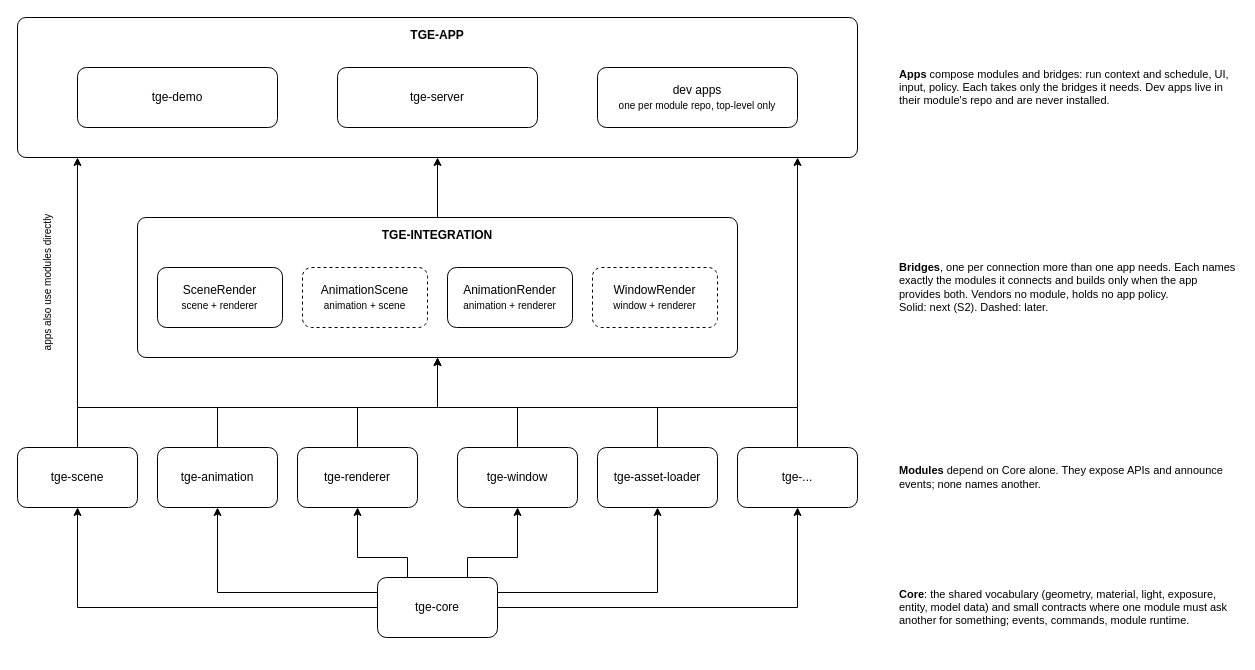
This is docs/tge-architecture.drawio from molycode/tge-core, a draw.io file, before an edit. Source tidied: cells renumbered, new cells numbered last; positions are measured from the earlier drawing's top-left corner, leaving out a move shared by most shapes. Both pictures are drawn from the tidied source at 100%, with x=0, y=0 at pixel (-33, 17).
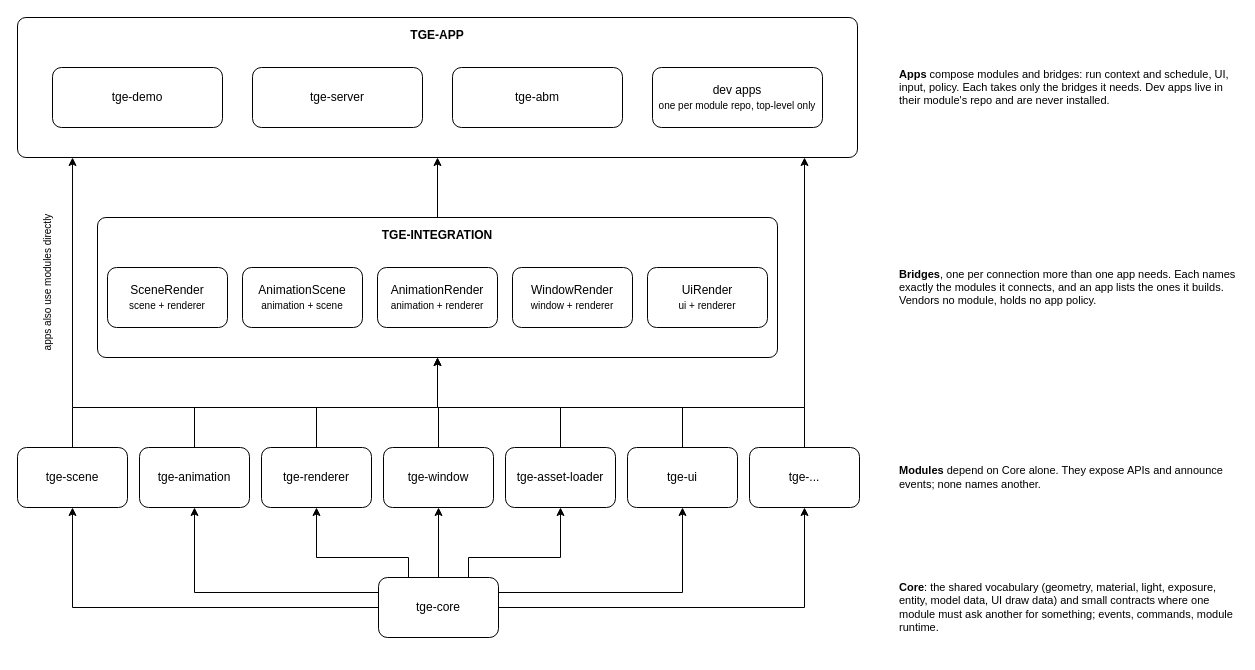
The same page after the edit.

Commit message:
docs: the architecture diagram gains tge-ui, UiRender and tge-abm

The UI module joins the modules, its bridge to the renderer joins the
bridges, and ABM joins the apps. AnimationScene and WindowRender exist now,
so no bridge is drawn as later any more, and Core's vocabulary names the UI
draw data.

Unchanged cells that the change refers to:
```xml
<mxCell id="2" value="TGE-APP" style="rounded=1;whiteSpace=wrap;html=1;verticalAlign=top;spacingTop=4;fillColor=none;arcSize=6;fontStyle=1;" parent="1" vertex="1">
  <mxGeometry x="50" width="840" height="140" as="geometry" />
</mxCell>
```

The edit, as a diff of the source:
```diff
@@
     <mxCell id="3" value="tge-demo" style="rounded=1;whiteSpace=wrap;html=1;" parent="1" vertex="1">
-      <mxGeometry x="110" y="50" width="200" height="60" as="geometry" />
+      <mxGeometry x="85" y="50" width="170" height="60" as="geometry" />
     </mxCell>
     <mxCell id="4" value="tge-server" style="rounded=1;whiteSpace=wrap;html=1;" parent="1" vertex="1">
-      <mxGeometry x="370" y="50" width="200" height="60" as="geometry" />
+      <mxGeometry x="285" y="50" width="170" height="60" as="geometry" />
     </mxCell>
+    <mxCell id="38" value="tge-abm" style="rounded=1;whiteSpace=wrap;html=1;" parent="1" vertex="1">
+      <mxGeometry x="485" y="50" width="170" height="60" as="geometry" />
+    </mxCell>
     <mxCell id="5" value="dev apps&lt;br&gt;&lt;span style=&quot;font-size: 10px;&quot;&gt;one per module repo, top-level only&lt;/span&gt;" style="rounded=1;whiteSpace=wrap;html=1;" parent="1" vertex="1">
-      <mxGeometry x="630" y="50" width="200" height="60" as="geometry" />
+      <mxGeometry x="685" y="50" width="170" height="60" as="geometry" />
     </mxCell>
     <mxCell id="6" value="TGE-INTEGRATION" style="rounded=1;whiteSpace=wrap;html=1;verticalAlign=top;spacingTop=4;fillColor=none;arcSize=6;fontStyle=1;" parent="1" vertex="1">
-      <mxGeometry x="170" y="200" width="600" height="140" as="geometry" />
+      <mxGeometry x="130" y="200" width="680" height="140" as="geometry" />
     </mxCell>
     <mxCell id="7" value="SceneRender&lt;br&gt;&lt;span style=&quot;font-size: 10px;&quot;&gt;scene + renderer&lt;/span&gt;" style="rounded=1;whiteSpace=wrap;html=1;" parent="1" vertex="1">
-      <mxGeometry x="190" y="250" width="125" height="60" as="geometry" />
+      <mxGeometry x="140" y="250" width="120" height="60" as="geometry" />
     </mxCell>
-    <mxCell id="8" value="AnimationScene&lt;br&gt;&lt;span style=&quot;font-size: 10px;&quot;&gt;animation + scene&lt;/span&gt;" style="rounded=1;whiteSpace=wrap;html=1;dashed=1;" parent="1" vertex="1">
-      <mxGeometry x="335" y="250" width="125" height="60" as="geometry" />
+    <mxCell id="8" value="AnimationScene&lt;br&gt;&lt;span style=&quot;font-size: 10px;&quot;&gt;animation + scene&lt;/span&gt;" style="rounded=1;whiteSpace=wrap;html=1;" parent="1" vertex="1">
+      <mxGeometry x="275" y="250" width="120" height="60" as="geometry" />
     </mxCell>
     <mxCell id="9" value="AnimationRender&lt;br&gt;&lt;span style=&quot;font-size: 10px;&quot;&gt;animation + renderer&lt;/span&gt;" style="rounded=1;whiteSpace=wrap;html=1;" parent="1" vertex="1">
-      <mxGeometry x="480" y="250" width="125" height="60" as="geometry" />
+      <mxGeometry x="410" y="250" width="120" height="60" as="geometry" />
     </mxCell>
-    <mxCell id="10" value="WindowRender&lt;br&gt;&lt;span style=&quot;font-size: 10px;&quot;&gt;window + renderer&lt;/span&gt;" style="rounded=1;whiteSpace=wrap;html=1;dashed=1;" parent="1" vertex="1">
-      <mxGeometry x="625" y="250" width="125" height="60" as="geometry" />
+    <mxCell id="10" value="WindowRender&lt;br&gt;&lt;span style=&quot;font-size: 10px;&quot;&gt;window + renderer&lt;/span&gt;" style="rounded=1;whiteSpace=wrap;html=1;" parent="1" vertex="1">
+      <mxGeometry x="545" y="250" width="120" height="60" as="geometry" />
     </mxCell>
+    <mxCell id="39" value="UiRender&lt;br&gt;&lt;span style=&quot;font-size: 10px;&quot;&gt;ui + renderer&lt;/span&gt;" style="rounded=1;whiteSpace=wrap;html=1;" parent="1" vertex="1">
+      <mxGeometry x="680" y="250" width="120" height="60" as="geometry" />
+    </mxCell>
     <mxCell id="11" value="tge-scene" style="rounded=1;whiteSpace=wrap;html=1;roundedPerimeter=1;" parent="1" vertex="1">
-      <mxGeometry x="50" y="430" width="120" height="60" as="geometry" />
+      <mxGeometry x="50" y="430" width="110" height="60" as="geometry" />
     </mxCell>
     <mxCell id="12" value="tge-animation" style="rounded=1;whiteSpace=wrap;html=1;roundedPerimeter=1;" parent="1" vertex="1">
-      <mxGeometry x="190" y="430" width="120" height="60" as="geometry" />
+      <mxGeometry x="172" y="430" width="110" height="60" as="geometry" />
     </mxCell>
     <mxCell id="13" value="tge-renderer" style="rounded=1;whiteSpace=wrap;html=1;roundedPerimeter=1;" parent="1" vertex="1">
-      <mxGeometry x="330" y="430" width="120" height="60" as="geometry" />
+      <mxGeometry x="294" y="430" width="110" height="60" as="geometry" />
     </mxCell>
     <mxCell id="14" value="tge-window" style="rounded=1;whiteSpace=wrap;html=1;roundedPerimeter=1;" parent="1" vertex="1">
-      <mxGeometry x="490" y="430" width="120" height="60" as="geometry" />
+      <mxGeometry x="416" y="430" width="110" height="60" as="geometry" />
     </mxCell>
     <mxCell id="15" value="tge-asset-loader" style="rounded=1;whiteSpace=wrap;html=1;roundedPerimeter=1;" parent="1" vertex="1">
-      <mxGeometry x="630" y="430" width="120" height="60" as="geometry" />
+      <mxGeometry x="538" y="430" width="110" height="60" as="geometry" />
     </mxCell>
+    <mxCell id="40" value="tge-ui" style="rounded=1;whiteSpace=wrap;html=1;roundedPerimeter=1;" parent="1" vertex="1">
+      <mxGeometry x="660" y="430" width="110" height="60" as="geometry" />
+    </mxCell>
     <mxCell id="16" value="tge-..." style="rounded=1;whiteSpace=wrap;html=1;roundedPerimeter=1;" parent="1" vertex="1">
-      <mxGeometry x="770" y="430" width="120" height="60" as="geometry" />
+      <mxGeometry x="782" y="430" width="110" height="60" as="geometry" />
     </mxCell>
     <mxCell id="17" value="tge-core" style="rounded=1;whiteSpace=wrap;html=1;roundedPerimeter=1;" parent="1" vertex="1">
-      <mxGeometry x="410" y="560" width="120" height="60" as="geometry" />
+      <mxGeometry x="411" y="560" width="120" height="60" as="geometry" />
     </mxCell>
     <mxCell id="18" style="endArrow=classic;html=1;rounded=0;exitX=0;exitY=0.5;exitDx=0;exitDy=0;entryX=0.5;entryY=1;entryDx=0;entryDy=0;" parent="1" edge="1" source="17" target="11">
       <mxGeometry relative="1" as="geometry">
         <Array as="points">
-          <mxPoint x="110" y="590" />
+          <mxPoint x="105" y="590" />
         </Array>
       </mxGeometry>
     </mxCell>
     <mxCell id="19" style="endArrow=classic;html=1;rounded=0;exitX=0;exitY=0.25;exitDx=0;exitDy=0;entryX=0.5;entryY=1;entryDx=0;entryDy=0;" parent="1" edge="1" source="17" target="12">
       <mxGeometry relative="1" as="geometry">
         <Array as="points">
-          <mxPoint x="250" y="575" />
+          <mxPoint x="227" y="575" />
         </Array>
       </mxGeometry>
     </mxCell>
     <mxCell id="20" style="endArrow=classic;html=1;rounded=0;exitX=0.25;exitY=0;exitDx=0;exitDy=0;entryX=0.5;entryY=1;entryDx=0;entryDy=0;" parent="1" edge="1" source="17" target="13">
       <mxGeometry relative="1" as="geometry">
         <Array as="points">
-          <mxPoint x="440" y="540" />
-          <mxPoint x="390" y="540" />
+          <mxPoint x="441" y="540" />
+          <mxPoint x="349" y="540" />
         </Array>
       </mxGeometry>
     </mxCell>
-    <mxCell id="21" style="endArrow=classic;html=1;rounded=0;exitX=0.75;exitY=0;exitDx=0;exitDy=0;entryX=0.5;entryY=1;entryDx=0;entryDy=0;" parent="1" edge="1" source="17" target="14">
-      <mxGeometry relative="1" as="geometry">
-        <Array as="points">
-          <mxPoint x="500" y="540" />
-          <mxPoint x="550" y="540" />
-        </Array>
-      </mxGeometry>
+    <mxCell id="21" style="endArrow=classic;html=1;rounded=0;exitX=0.5;exitY=0;exitDx=0;exitDy=0;entryX=0.5;entryY=1;entryDx=0;entryDy=0;" parent="1" edge="1" source="17" target="14">
+      <mxGeometry relative="1" as="geometry" />
     </mxCell>
-    <mxCell id="22" style="endArrow=classic;html=1;rounded=0;exitX=1;exitY=0.25;exitDx=0;exitDy=0;entryX=0.5;entryY=1;entryDx=0;entryDy=0;" parent="1" edge="1" source="17" target="15">
+    <mxCell id="22" style="endArrow=classic;html=1;rounded=0;exitX=0.75;exitY=0;exitDx=0;exitDy=0;entryX=0.5;entryY=1;entryDx=0;entryDy=0;" parent="1" edge="1" source="17" target="15">
       <mxGeometry relative="1" as="geometry">
         <Array as="points">
-          <mxPoint x="690" y="575" />
+          <mxPoint x="501" y="540" />
+          <mxPoint x="593" y="540" />
         </Array>
       </mxGeometry>
     </mxCell>
     <mxCell id="23" style="endArrow=classic;html=1;rounded=0;exitX=1;exitY=0.5;exitDx=0;exitDy=0;entryX=0.5;entryY=1;entryDx=0;entryDy=0;" parent="1" edge="1" source="17" target="16">
       <mxGeometry relative="1" as="geometry">
         <Array as="points">
-          <mxPoint x="830" y="590" />
+          <mxPoint x="837" y="590" />
         </Array>
       </mxGeometry>
     </mxCell>
+    <mxCell id="41" style="endArrow=classic;html=1;rounded=0;exitX=1;exitY=0.25;exitDx=0;exitDy=0;entryX=0.5;entryY=1;entryDx=0;entryDy=0;" parent="1" edge="1" source="17" target="40">
+      <mxGeometry relative="1" as="geometry">
+        <Array as="points">
+          <mxPoint x="715" y="575" />
+        </Array>
+      </mxGeometry>
+    </mxCell>
     <mxCell id="24" style="endArrow=classic;html=1;rounded=0;exitX=0.5;exitY=0;exitDx=0;exitDy=0;entryX=0.5;entryY=1;entryDx=0;entryDy=0;" parent="1" edge="1" source="11" target="6">
       <mxGeometry relative="1" as="geometry">
         <Array as="points">
-          <mxPoint x="110" y="390" />
+          <mxPoint x="105" y="390" />
           <mxPoint x="470" y="390" />
         </Array>
       </mxGeometry>
     </mxCell>
     <mxCell id="25" style="endArrow=classic;html=1;rounded=0;exitX=0.5;exitY=0;exitDx=0;exitDy=0;entryX=0.5;entryY=1;entryDx=0;entryDy=0;" parent="1" edge="1" source="16" target="6">
       <mxGeometry relative="1" as="geometry">
         <Array as="points">
-          <mxPoint x="830" y="390" />
+          <mxPoint x="837" y="390" />
           <mxPoint x="470" y="390" />
         </Array>
       </mxGeometry>
     </mxCell>
     <mxCell id="26" style="endArrow=none;html=1;rounded=0;exitX=0.5;exitY=0;exitDx=0;exitDy=0;" parent="1" edge="1" source="12">
       <mxGeometry relative="1" as="geometry">
-        <mxPoint x="250" y="390" as="targetPoint" />
+        <mxPoint x="227" y="390" as="targetPoint" />
       </mxGeometry>
     </mxCell>
     <mxCell id="27" style="endArrow=none;html=1;rounded=0;exitX=0.5;exitY=0;exitDx=0;exitDy=0;" parent="1" edge="1" source="13">
       <mxGeometry relative="1" as="geometry">
-        <mxPoint x="390" y="390" as="targetPoint" />
+        <mxPoint x="349" y="390" as="targetPoint" />
       </mxGeometry>
     </mxCell>
     <mxCell id="28" style="endArrow=none;html=1;rounded=0;exitX=0.5;exitY=0;exitDx=0;exitDy=0;" parent="1" edge="1" source="14">
       <mxGeometry relative="1" as="geometry">
-        <mxPoint x="550" y="390" as="targetPoint" />
+        <mxPoint x="471" y="390" as="targetPoint" />
       </mxGeometry>
     </mxCell>
     <mxCell id="29" style="endArrow=none;html=1;rounded=0;exitX=0.5;exitY=0;exitDx=0;exitDy=0;" parent="1" edge="1" source="15">
       <mxGeometry relative="1" as="geometry">
-        <mxPoint x="690" y="390" as="targetPoint" />
+        <mxPoint x="593" y="390" as="targetPoint" />
       </mxGeometry>
     </mxCell>
+    <mxCell id="42" style="endArrow=none;html=1;rounded=0;exitX=0.5;exitY=0;exitDx=0;exitDy=0;" parent="1" edge="1" source="40">
+      <mxGeometry relative="1" as="geometry">
+        <mxPoint x="715" y="390" as="targetPoint" />
+      </mxGeometry>
+    </mxCell>
-    <mxCell id="30" style="endArrow=classic;html=1;rounded=0;entryX=0.0714;entryY=1;entryDx=0;entryDy=0;" parent="1" edge="1" target="2">
+    <mxCell id="30" style="endArrow=classic;html=1;rounded=0;entryX=0.0655;entryY=1;entryDx=0;entryDy=0;" parent="1" edge="1" target="2">
       <mxGeometry relative="1" as="geometry">
-        <mxPoint x="110" y="390" as="sourcePoint" />
+        <mxPoint x="105" y="390" as="sourcePoint" />
       </mxGeometry>
     </mxCell>
-    <mxCell id="31" style="endArrow=classic;html=1;rounded=0;entryX=0.9286;entryY=1;entryDx=0;entryDy=0;" parent="1" edge="1" target="2">
+    <mxCell id="31" style="endArrow=classic;html=1;rounded=0;entryX=0.9369;entryY=1;entryDx=0;entryDy=0;" parent="1" edge="1" target="2">
       <mxGeometry relative="1" as="geometry">
-        <mxPoint x="830" y="390" as="sourcePoint" />
+        <mxPoint x="837" y="390" as="sourcePoint" />
       </mxGeometry>
     </mxCell>
@@
-    <mxCell id="35" value="&lt;b&gt;Bridges&lt;/b&gt;, one per connection more than one app needs. Each names exactly the modules it connects and builds only when the app provides both. Vendors no module, holds no app policy.&lt;br&gt;Solid: next (S2). Dashed: later." style="text;html=1;align=left;verticalAlign=middle;whiteSpace=wrap;fontSize=11;" parent="1" vertex="1">
+    <mxCell id="35" value="&lt;b&gt;Bridges&lt;/b&gt;, one per connection more than one app needs. Each names exactly the modules it connects, and an app lists the ones it builds. Vendors no module, holds no app policy." style="text;html=1;align=left;verticalAlign=middle;whiteSpace=wrap;fontSize=11;" parent="1" vertex="1">
       <mxGeometry x="930" y="210" width="340" height="120" as="geometry" />
     </mxCell>
@@
-    <mxCell id="37" value="&lt;b&gt;Core&lt;/b&gt;: the shared vocabulary (geometry, material, light, exposure, entity, model data) and small contracts where one module must ask another for something; events, commands, module runtime." style="text;html=1;align=left;verticalAlign=middle;whiteSpace=wrap;fontSize=11;" parent="1" vertex="1">
+    <mxCell id="37" value="&lt;b&gt;Core&lt;/b&gt;: the shared vocabulary (geometry, material, light, exposure, entity, model data, UI draw data) and small contracts where one module must ask another for something; events, commands, module runtime." style="text;html=1;align=left;verticalAlign=middle;whiteSpace=wrap;fontSize=11;" parent="1" vertex="1">
       <mxGeometry x="930" y="545" width="340" height="90" as="geometry" />
     </mxCell>
```
